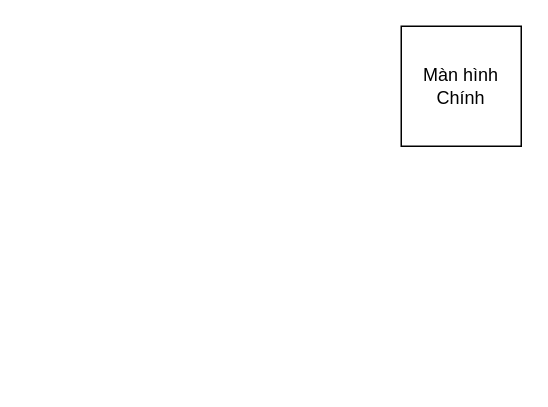
This is AI_PyGame.drawio from reality8080/PyGame-Caro-Demo, a draw.io file, before an edit. Source tidied: cells renumbered, new cells numbered last; positions are measured from the earlier drawing's top-left corner, leaving out a move shared by most shapes. Both pictures are drawn from the tidied source at 150%, with x=0, y=0 at pixel (400, 26).
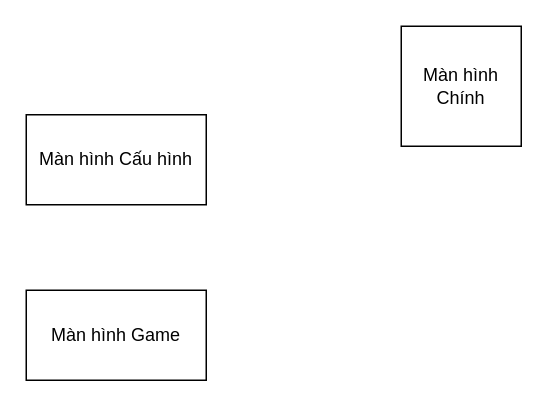
The same page after the edit.

Diff of the diagram source:
```diff
@@
 <mxGraphModel>
   <root>
     <mxCell id="0" />
     <mxCell id="1" parent="0" />
     <mxCell id="2" value="Màn hình Chính" style="whiteSpace=wrap;html=1;" parent="1" vertex="1">
       <mxGeometry width="80" height="80" as="geometry" />
     </mxCell>
+    <mxCell id="3" value="Màn hình Game" style="rounded=0;whiteSpace=wrap;html=1;" parent="1" vertex="1">
+      <mxGeometry x="-250" y="176" width="120" height="60" as="geometry" />
+    </mxCell>
+    <mxCell id="4" value="Màn hình Cấu hình" style="rounded=0;whiteSpace=wrap;html=1;" parent="1" vertex="1">
+      <mxGeometry x="-250" y="59" width="120" height="60" as="geometry" />
+    </mxCell>
   </root>
 </mxGraphModel>
```
